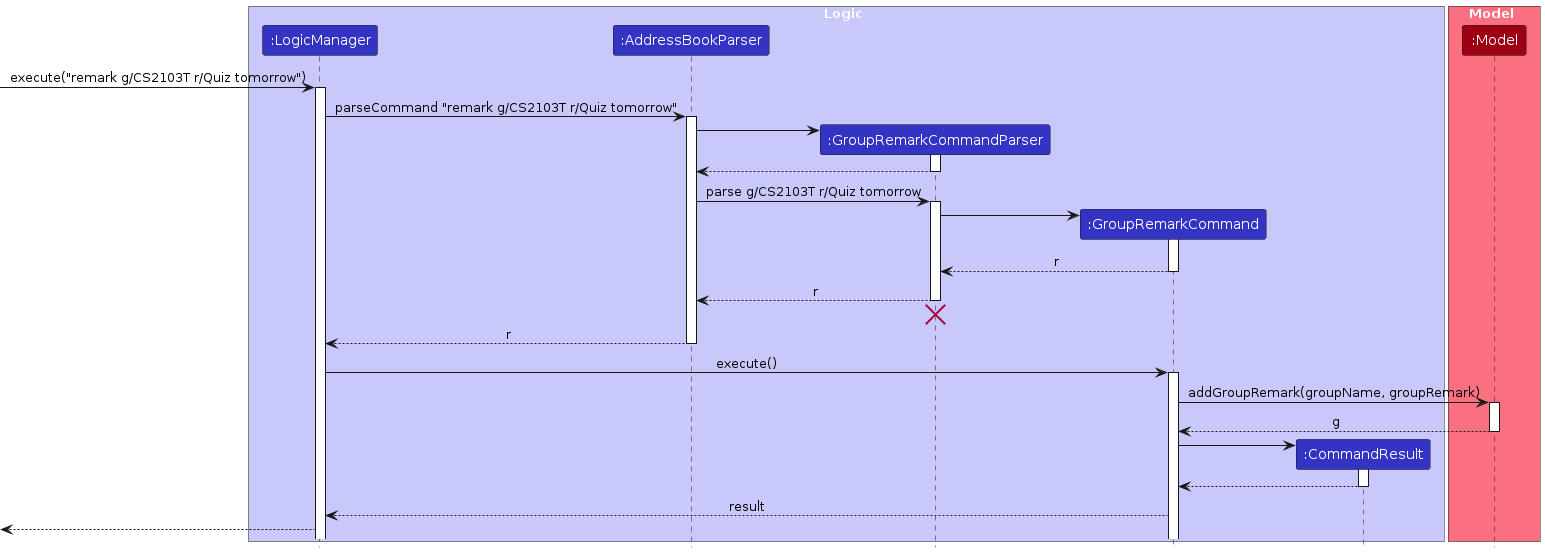
Earlier version of the PlantUML export diagrams/GroupRemarkSequenceDiagram.png (AY2324S1-CS2103T-T10-3/tp). Its source is kept beside it as diagrams/GroupRemarkSequenceDiagram.puml.
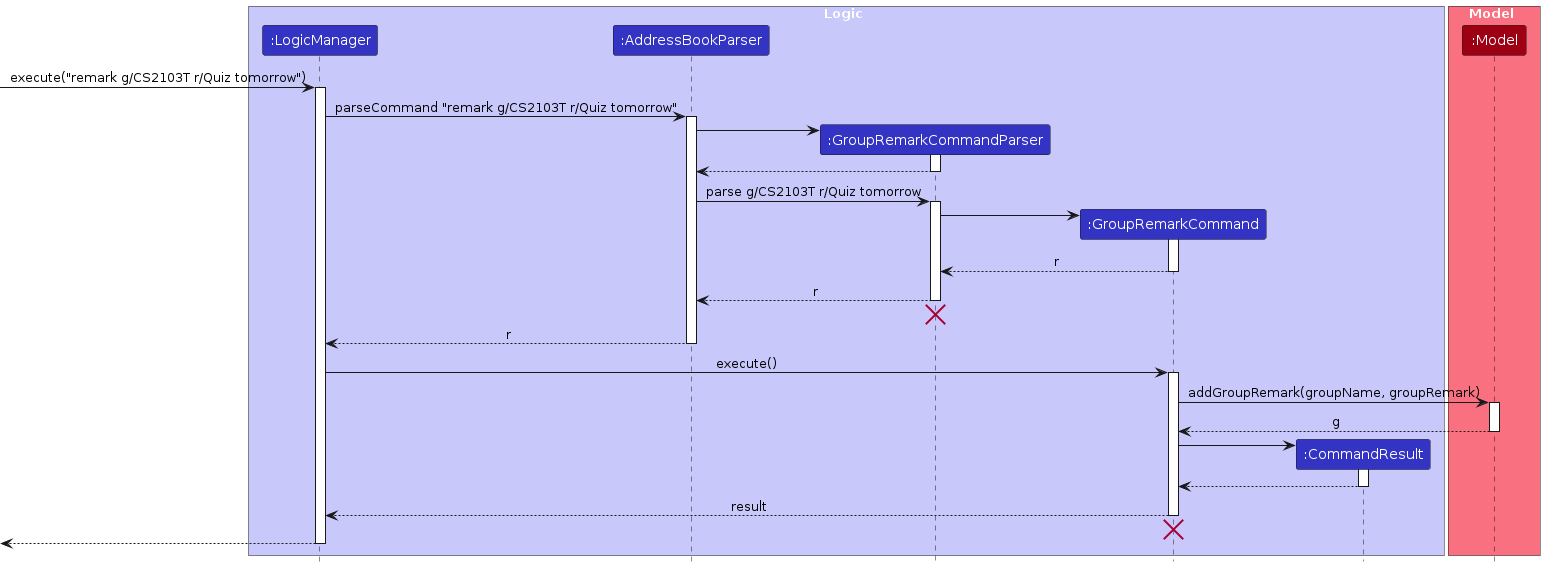
Above is the later version.

What changed in the source:
```diff
@@ -64,7 +64,15 @@
 CommandResult --> GroupRemarkCommand
 deactivate CommandResult
 
+
+
 GroupRemarkCommand --> LogicManager: result
+deactivate GroupRemarkCommand
+
+GroupRemarkCommand -[hidden]-> AddressBookParser
+destroy GroupRemarkCommand
+
 [<-- LogicManager
+deactivate LogicManager
 
 @enduml
```
